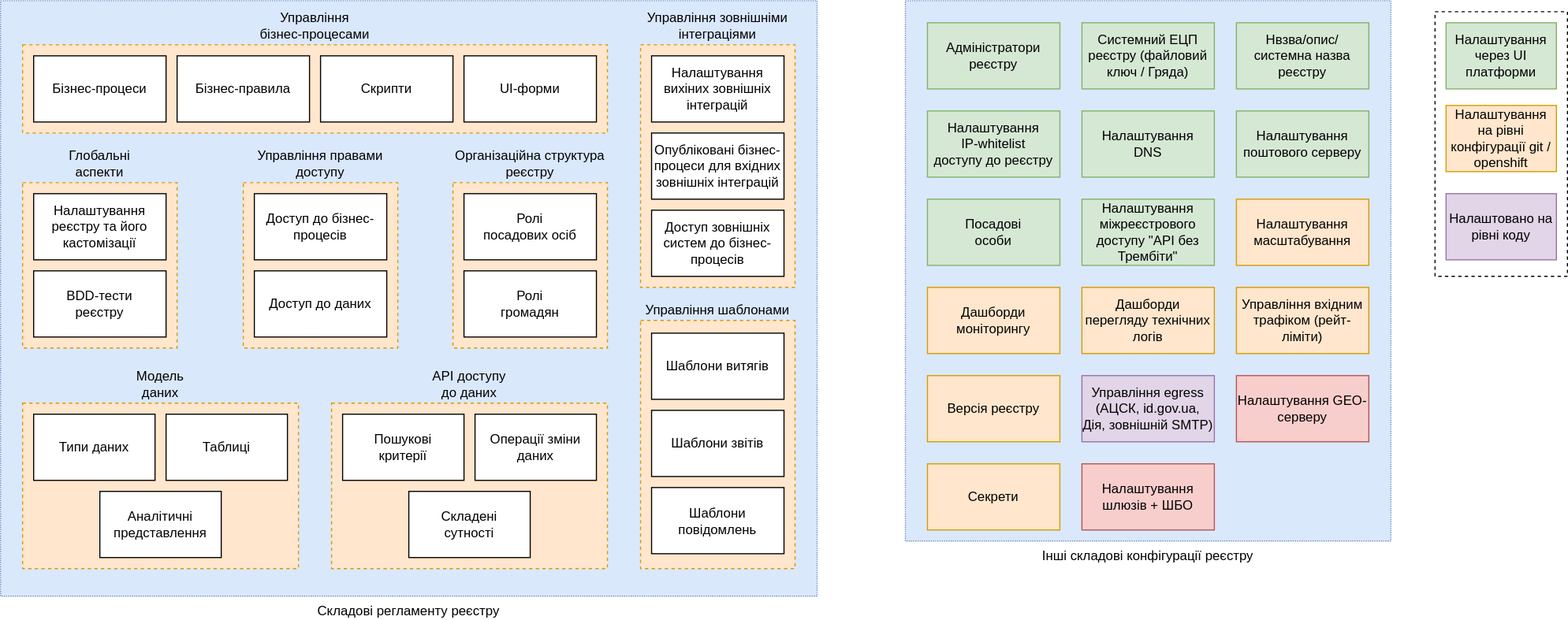
This is modules/arch/images/architecture/platform/administrative/control-plane/registry-configuration-structure.svg from epam/edp-ddm-architecture, a draw.io export, as it was before one commit. Source tidied: cells renumbered, new cells last; positions are measured from the earlier drawing's top-left corner, leaving out a move shared by most shapes.
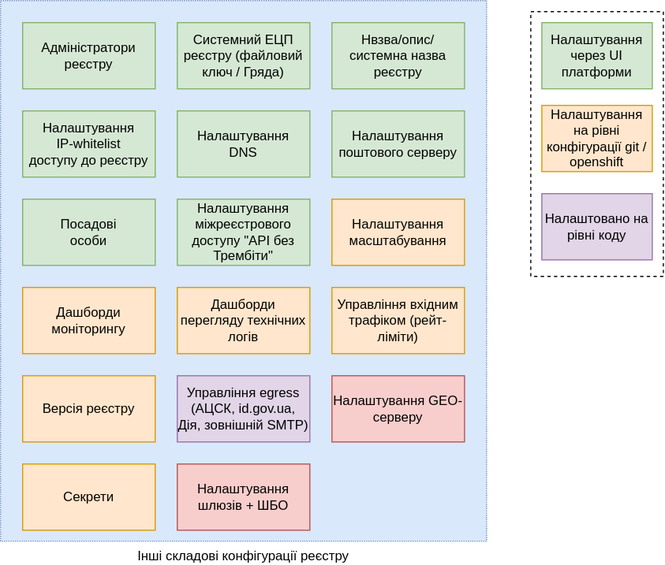
The same file after the commit.

Commit message:
[EDP-DDM-21264] Platform architecture documentation structure

The edit, as a diff of the source:
```diff
@@ -5,96 +5,6 @@
     <mxCell id="2" style="rounded=0;whiteSpace=wrap;html=1;dashed=1;fontSize=11;" parent="1" vertex="1">
       <mxGeometry x="1300" y="10" width="120" height="240" as="geometry" />
     </mxCell>
-    <mxCell id="3" value="Складові регламенту реєстру" style="rounded=0;whiteSpace=wrap;html=1;dashed=1;dashPattern=1 1;fillColor=#dae8fc;strokeColor=#6c8ebf;labelPosition=center;verticalLabelPosition=bottom;align=center;verticalAlign=top;" parent="1" vertex="1">
-      <mxGeometry width="740" height="540" as="geometry" />
-    </mxCell>
-    <mxCell id="4" value="Організаційна структура реєстру" style="rounded=0;whiteSpace=wrap;html=1;dashed=1;labelPosition=center;verticalLabelPosition=top;align=center;verticalAlign=bottom;fillColor=#ffe6cc;strokeColor=#d79b00;" parent="1" vertex="1">
-      <mxGeometry x="410" y="165" width="140" height="150" as="geometry" />
-    </mxCell>
-    <mxCell id="5" value="Ролі &lt;br&gt;посадових осіб" style="rounded=0;whiteSpace=wrap;html=1;" parent="1" vertex="1">
-      <mxGeometry x="420" y="175" width="120" height="60" as="geometry" />
-    </mxCell>
-    <mxCell id="6" value="Управління правами доступу" style="rounded=0;whiteSpace=wrap;html=1;dashed=1;labelPosition=center;verticalLabelPosition=top;align=center;verticalAlign=bottom;fillColor=#ffe6cc;strokeColor=#d79b00;" parent="1" vertex="1">
-      <mxGeometry x="220" y="165" width="140" height="150" as="geometry" />
-    </mxCell>
-    <mxCell id="7" value="Доступ до даних" style="rounded=0;whiteSpace=wrap;html=1;" parent="1" vertex="1">
-      <mxGeometry x="230" y="245" width="120" height="60" as="geometry" />
-    </mxCell>
-    <mxCell id="8" value="Доступ до бізнес-процесів" style="rounded=0;whiteSpace=wrap;html=1;" parent="1" vertex="1">
-      <mxGeometry x="230" y="175" width="120" height="60" as="geometry" />
-    </mxCell>
-    <mxCell id="9" value="Модель &lt;br&gt;даних" style="rounded=0;whiteSpace=wrap;html=1;dashed=1;labelPosition=center;verticalLabelPosition=top;align=center;verticalAlign=bottom;fillColor=#ffe6cc;strokeColor=#d79b00;" parent="1" vertex="1">
-      <mxGeometry x="20" y="365" width="250" height="150" as="geometry" />
-    </mxCell>
-    <mxCell id="10" value="Типи даних" style="rounded=0;whiteSpace=wrap;html=1;" parent="1" vertex="1">
-      <mxGeometry x="30" y="375" width="110" height="60" as="geometry" />
-    </mxCell>
-    <mxCell id="11" value="Таблиці" style="rounded=0;whiteSpace=wrap;html=1;" parent="1" vertex="1">
-      <mxGeometry x="150" y="375" width="110" height="60" as="geometry" />
-    </mxCell>
-    <mxCell id="12" value="Аналітичні представлення" style="rounded=0;whiteSpace=wrap;html=1;" parent="1" vertex="1">
-      <mxGeometry x="90" y="445" width="110" height="60" as="geometry" />
-    </mxCell>
-    <mxCell id="13" value="API доступу &lt;br&gt;до даних" style="rounded=0;whiteSpace=wrap;html=1;dashed=1;labelPosition=center;verticalLabelPosition=top;align=center;verticalAlign=bottom;fillColor=#ffe6cc;strokeColor=#d79b00;" parent="1" vertex="1">
-      <mxGeometry x="300" y="365" width="250" height="150" as="geometry" />
-    </mxCell>
-    <mxCell id="14" value="Пошукові &lt;br&gt;критерії" style="rounded=0;whiteSpace=wrap;html=1;" parent="1" vertex="1">
-      <mxGeometry x="310" y="375" width="110" height="60" as="geometry" />
-    </mxCell>
-    <mxCell id="15" value="Операції зміни даних" style="rounded=0;whiteSpace=wrap;html=1;" parent="1" vertex="1">
-      <mxGeometry x="430" y="375" width="110" height="60" as="geometry" />
-    </mxCell>
-    <mxCell id="16" value="Складені &lt;br&gt;сутності" style="rounded=0;whiteSpace=wrap;html=1;" parent="1" vertex="1">
-      <mxGeometry x="370" y="445" width="110" height="60" as="geometry" />
-    </mxCell>
-    <mxCell id="17" value="Управління &lt;br&gt;бізнес-процесами" style="rounded=0;whiteSpace=wrap;html=1;dashed=1;labelPosition=center;verticalLabelPosition=top;align=center;verticalAlign=bottom;fillColor=#ffe6cc;strokeColor=#d79b00;" parent="1" vertex="1">
-      <mxGeometry x="20" y="40" width="530" height="80" as="geometry" />
-    </mxCell>
-    <mxCell id="18" value="Бізнес-процеси" style="rounded=0;whiteSpace=wrap;html=1;" parent="1" vertex="1">
-      <mxGeometry x="30" y="50" width="120" height="60" as="geometry" />
-    </mxCell>
-    <mxCell id="19" value="Бізнес-правила" style="rounded=0;whiteSpace=wrap;html=1;" parent="1" vertex="1">
-      <mxGeometry x="160" y="50" width="120" height="60" as="geometry" />
-    </mxCell>
-    <mxCell id="20" value="Скрипти" style="rounded=0;whiteSpace=wrap;html=1;" parent="1" vertex="1">
-      <mxGeometry x="290" y="50" width="120" height="60" as="geometry" />
-    </mxCell>
-    <mxCell id="21" value="Управління зовнішніми інтеграціями" style="rounded=0;whiteSpace=wrap;html=1;dashed=1;labelPosition=center;verticalLabelPosition=top;align=center;verticalAlign=bottom;fillColor=#ffe6cc;strokeColor=#d79b00;" parent="1" vertex="1">
-      <mxGeometry x="580" y="40" width="140" height="220" as="geometry" />
-    </mxCell>
-    <mxCell id="22" value="Налаштування вихіних зовнішніх інтеграцій" style="rounded=0;whiteSpace=wrap;html=1;" parent="1" vertex="1">
-      <mxGeometry x="590" y="50" width="120" height="60" as="geometry" />
-    </mxCell>
-    <mxCell id="23" value="Опубліковані бізнес-процеси для вхідних зовнішніх інтеграцій" style="rounded=0;whiteSpace=wrap;html=1;" parent="1" vertex="1">
-      <mxGeometry x="590" y="120" width="120" height="60" as="geometry" />
-    </mxCell>
-    <mxCell id="24" value="Доступ зовнішніх систем до бізнес-процесів" style="rounded=0;whiteSpace=wrap;html=1;" parent="1" vertex="1">
-      <mxGeometry x="590" y="190" width="120" height="60" as="geometry" />
-    </mxCell>
-    <mxCell id="25" value="UI-форми" style="rounded=0;whiteSpace=wrap;html=1;" parent="1" vertex="1">
-      <mxGeometry x="420" y="50" width="120" height="60" as="geometry" />
-    </mxCell>
-    <mxCell id="26" value="Глобальні &lt;br&gt;аспекти" style="rounded=0;whiteSpace=wrap;html=1;dashed=1;labelPosition=center;verticalLabelPosition=top;align=center;verticalAlign=bottom;fillColor=#ffe6cc;strokeColor=#d79b00;" parent="1" vertex="1">
-      <mxGeometry x="20" y="165" width="140" height="150" as="geometry" />
-    </mxCell>
-    <mxCell id="27" value="BDD-тести &lt;br&gt;реєстру" style="rounded=0;whiteSpace=wrap;html=1;" parent="1" vertex="1">
-      <mxGeometry x="30" y="245" width="120" height="60" as="geometry" />
-    </mxCell>
-    <mxCell id="28" value="Управління шаблонами" style="rounded=0;whiteSpace=wrap;html=1;dashed=1;labelPosition=center;verticalLabelPosition=top;align=center;verticalAlign=bottom;fillColor=#ffe6cc;strokeColor=#d79b00;" parent="1" vertex="1">
-      <mxGeometry x="580" y="290" width="140" height="225" as="geometry" />
-    </mxCell>
-    <mxCell id="29" value="Шаблони витягів" style="rounded=0;whiteSpace=wrap;html=1;" parent="1" vertex="1">
-      <mxGeometry x="590" y="301.5" width="120" height="60" as="geometry" />
-    </mxCell>
-    <mxCell id="30" value="Шаблони звітів" style="rounded=0;whiteSpace=wrap;html=1;" parent="1" vertex="1">
-      <mxGeometry x="590" y="371.5" width="120" height="60" as="geometry" />
-    </mxCell>
-    <mxCell id="31" value="Шаблони повідомлень" style="rounded=0;whiteSpace=wrap;html=1;" parent="1" vertex="1">
-      <mxGeometry x="590" y="441.5" width="120" height="60" as="geometry" />
-    </mxCell>
-    <mxCell id="32" value="Налаштування реєстру та його кастомізації" style="rounded=0;whiteSpace=wrap;html=1;" parent="1" vertex="1">
-      <mxGeometry x="30" y="175" width="120" height="60" as="geometry" />
-    </mxCell>
     <mxCell id="33" value="Інші складові конфігурації реєстру" style="rounded=0;whiteSpace=wrap;html=1;dashed=1;dashPattern=1 1;fillColor=#dae8fc;strokeColor=#6c8ebf;labelPosition=center;verticalLabelPosition=bottom;align=center;verticalAlign=top;" parent="1" vertex="1">
       <mxGeometry x="820" width="440" height="490" as="geometry" />
     </mxCell>
@@ -116,9 +26,6 @@
     <mxCell id="39" value="Нвзва/опис/системна назва реєстру" style="rounded=0;whiteSpace=wrap;html=1;fillColor=#d5e8d4;strokeColor=#82b366;" parent="1" vertex="1">
       <mxGeometry x="1120" y="20" width="120" height="60" as="geometry" />
     </mxCell>
-    <mxCell id="40" value="Ролі &lt;br&gt;громадян" style="rounded=0;whiteSpace=wrap;html=1;" parent="1" vertex="1">
-      <mxGeometry x="420" y="245" width="120" height="60" as="geometry" />
-    </mxCell>
     <mxCell id="41" value="Налаштування &lt;br&gt;IP-whitelist&lt;br&gt;доступу до реєстру" style="rounded=0;whiteSpace=wrap;html=1;fillColor=#d5e8d4;strokeColor=#82b366;" parent="1" vertex="1">
       <mxGeometry x="840" y="100" width="120" height="60" as="geometry" />
     </mxCell>
```
